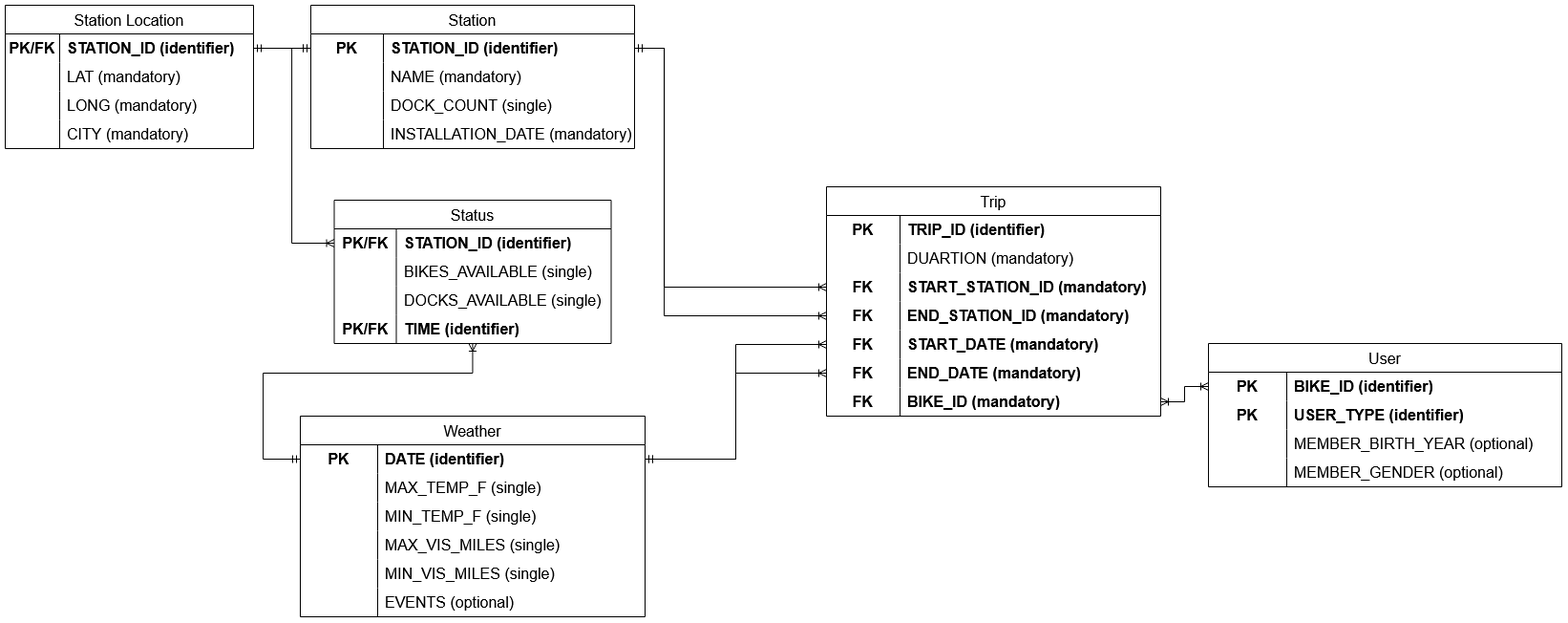
This is finalized er diagram.png from FPU-ThomasM/cop-3701-Public_Transportation_Ridership_Analytics_Database, a draw.io export, as it was before one commit. Source tidied: cells renumbered, new cells last; positions are measured from the earlier drawing's top-left corner, leaving out a move shared by most shapes.
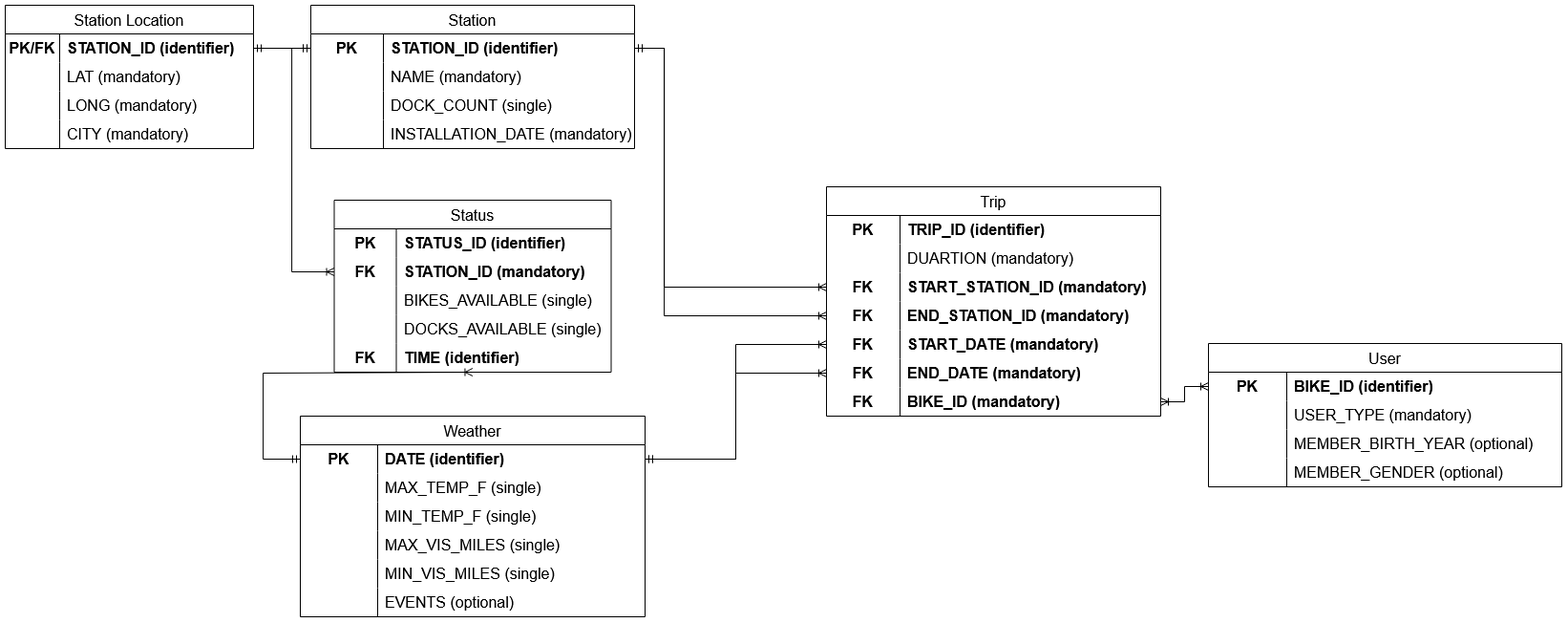
Later version of the same file.

Commit message:
Update finalized er diagram

Each table has only 1 primary key now

What changed in the source:
```diff
@@ -42,19 +42,28 @@
       <mxGeometry x="76" width="263" height="30" as="geometry" />
     </mxCell>
     <mxCell id="15" value="Status" style="shape=table;startSize=30;rowLines=0;fontStyle=0;strokeColor=default;fontSize=16;" parent="1" vertex="1">
-      <mxGeometry x="344.5" y="204" width="290" height="150" as="geometry" />
+      <mxGeometry x="344.5" y="204" width="290" height="180" as="geometry" />
     </mxCell>
+    <mxCell id="103" style="shape=tableRow;horizontal=0;startSize=0;swimlaneHead=0;swimlaneBody=0;top=0;left=0;bottom=0;right=0;fillColor=none;strokeColor=inherit;fontSize=16;fontStyle=1;" parent="15" vertex="1">
+      <mxGeometry y="30" width="290" height="30" as="geometry" />
+    </mxCell>
+    <mxCell id="104" value="PK" style="shape=partialRectangle;html=1;whiteSpace=wrap;fillColor=none;top=0;left=0;bottom=0;right=0;overflow=hidden;strokeColor=inherit;fontSize=16;fontStyle=1;" parent="103" vertex="1">
+      <mxGeometry width="65" height="30" as="geometry" />
+    </mxCell>
+    <mxCell id="105" value="STATUS_ID (identifier)" style="shape=partialRectangle;html=1;whiteSpace=wrap;fillColor=none;top=0;left=0;bottom=0;right=0;align=left;spacingLeft=6;overflow=hidden;strokeColor=inherit;fontSize=16;fontStyle=1;" parent="103" vertex="1">
+      <mxGeometry x="65" width="225" height="30" as="geometry" />
+    </mxCell>
     <mxCell id="16" style="shape=tableRow;horizontal=0;startSize=0;swimlaneHead=0;swimlaneBody=0;top=0;left=0;bottom=0;right=0;fillColor=none;points=[[0,0.5],[1,0.5]];portConstraint=eastwest;strokeColor=inherit;fontSize=16;fontStyle=1;" parent="15" vertex="1">
-      <mxGeometry y="30" width="290" height="30" as="geometry" />
+      <mxGeometry y="60" width="290" height="30" as="geometry" />
     </mxCell>
-    <mxCell id="17" value="PK/FK" style="shape=partialRectangle;html=1;whiteSpace=wrap;fillColor=none;top=0;left=0;bottom=0;right=0;overflow=hidden;strokeColor=inherit;fontSize=16;fontStyle=1;" parent="16" vertex="1">
+    <mxCell id="17" value="FK" style="shape=partialRectangle;html=1;whiteSpace=wrap;fillColor=none;top=0;left=0;bottom=0;right=0;overflow=hidden;strokeColor=inherit;fontSize=16;fontStyle=1;" parent="16" vertex="1">
       <mxGeometry width="65" height="30" as="geometry" />
     </mxCell>
-    <mxCell id="18" value="STATION_ID&amp;nbsp;(identifier)" style="shape=partialRectangle;html=1;whiteSpace=wrap;fillColor=none;top=0;left=0;bottom=0;right=0;align=left;spacingLeft=6;overflow=hidden;strokeColor=inherit;fontSize=16;fontStyle=1;" parent="16" vertex="1">
+    <mxCell id="18" value="STATION_ID&amp;nbsp;(mandatory)" style="shape=partialRectangle;html=1;whiteSpace=wrap;fillColor=none;top=0;left=0;bottom=0;right=0;align=left;spacingLeft=6;overflow=hidden;strokeColor=inherit;fontSize=16;fontStyle=1;" parent="16" vertex="1">
       <mxGeometry x="65" width="225" height="30" as="geometry" />
     </mxCell>
     <mxCell id="19" style="shape=tableRow;horizontal=0;startSize=0;swimlaneHead=0;swimlaneBody=0;top=0;left=0;bottom=0;right=0;fillColor=none;strokeColor=inherit;fontSize=16;" parent="15" vertex="1">
-      <mxGeometry y="60" width="290" height="30" as="geometry" />
+      <mxGeometry y="90" width="290" height="30" as="geometry" />
     </mxCell>
     <mxCell id="20" style="shape=partialRectangle;html=1;whiteSpace=wrap;fillColor=none;top=0;left=0;bottom=0;right=0;overflow=hidden;strokeColor=inherit;fontSize=16;" parent="19" vertex="1">
       <mxGeometry width="65" height="30" as="geometry" />
@@ -63,7 +72,7 @@
       <mxGeometry x="65" width="225" height="30" as="geometry" />
     </mxCell>
     <mxCell id="22" style="shape=tableRow;horizontal=0;startSize=0;swimlaneHead=0;swimlaneBody=0;top=0;left=0;bottom=0;right=0;fillColor=none;strokeColor=inherit;fontSize=16;" parent="15" vertex="1">
-      <mxGeometry y="90" width="290" height="30" as="geometry" />
+      <mxGeometry y="120" width="290" height="30" as="geometry" />
     </mxCell>
     <mxCell id="23" style="shape=partialRectangle;html=1;whiteSpace=wrap;fillColor=none;top=0;left=0;bottom=0;right=0;overflow=hidden;strokeColor=inherit;fontSize=16;" parent="22" vertex="1">
       <mxGeometry width="65" height="30" as="geometry" />
@@ -72,9 +81,9 @@
       <mxGeometry x="65" width="225" height="30" as="geometry" />
     </mxCell>
     <mxCell id="25" style="shape=tableRow;horizontal=0;startSize=0;swimlaneHead=0;swimlaneBody=0;top=0;left=0;bottom=0;right=0;fillColor=none;points=[[0,0.5],[1,0.5]];portConstraint=eastwest;strokeColor=inherit;fontSize=16;" parent="15" vertex="1">
-      <mxGeometry y="120" width="290" height="30" as="geometry" />
+      <mxGeometry y="150" width="290" height="30" as="geometry" />
     </mxCell>
-    <mxCell id="26" value="&lt;b&gt;PK/FK&lt;/b&gt;" style="shape=partialRectangle;html=1;whiteSpace=wrap;fillColor=none;top=0;left=0;bottom=0;right=0;overflow=hidden;strokeColor=inherit;fontSize=16;" parent="25" vertex="1">
+    <mxCell id="26" value="&lt;b&gt;FK&lt;/b&gt;" style="shape=partialRectangle;html=1;whiteSpace=wrap;fillColor=none;top=0;left=0;bottom=0;right=0;overflow=hidden;strokeColor=inherit;fontSize=16;" parent="25" vertex="1">
       <mxGeometry width="65" height="30" as="geometry" />
     </mxCell>
     <mxCell id="27" value="TIME&amp;nbsp;(identifier)" style="shape=partialRectangle;html=1;whiteSpace=wrap;fillColor=none;top=0;left=0;bottom=0;right=0;align=left;spacingLeft=6;overflow=hidden;strokeColor=inherit;fontSize=16;fontStyle=1;" parent="25" vertex="1">
@@ -218,10 +227,10 @@
     <mxCell id="73" style="shape=tableRow;horizontal=0;startSize=0;swimlaneHead=0;swimlaneBody=0;top=0;left=0;bottom=0;right=0;fillColor=none;strokeColor=inherit;fontSize=16;" parent="69" vertex="1">
       <mxGeometry y="60" width="370" height="30" as="geometry" />
     </mxCell>
-    <mxCell id="74" value="PK" style="shape=partialRectangle;html=1;whiteSpace=wrap;fillColor=none;top=0;left=0;bottom=0;right=0;overflow=hidden;strokeColor=inherit;fontSize=16;fontStyle=1;" parent="73" vertex="1">
+    <mxCell id="74" style="shape=partialRectangle;html=1;whiteSpace=wrap;fillColor=none;top=0;left=0;bottom=0;right=0;overflow=hidden;strokeColor=inherit;fontSize=16;fontStyle=1;" parent="73" vertex="1">
       <mxGeometry width="82" height="30" as="geometry" />
     </mxCell>
-    <mxCell id="75" value="USER_TYPE&amp;nbsp;(identifier)" style="shape=partialRectangle;html=1;whiteSpace=wrap;fillColor=none;top=0;left=0;bottom=0;right=0;align=left;spacingLeft=6;overflow=hidden;strokeColor=inherit;fontSize=16;fontStyle=1;" parent="73" vertex="1">
+    <mxCell id="75" value="USER_TYPE&amp;nbsp;(mandatory)" style="shape=partialRectangle;html=1;whiteSpace=wrap;fillColor=none;top=0;left=0;bottom=0;right=0;align=left;spacingLeft=6;overflow=hidden;strokeColor=inherit;fontSize=16;fontStyle=0;" parent="73" vertex="1">
       <mxGeometry x="82" width="288" height="30" as="geometry" />
     </mxCell>
     <mxCell id="76" style="shape=tableRow;horizontal=0;startSize=0;swimlaneHead=0;swimlaneBody=0;top=0;left=0;bottom=0;right=0;fillColor=none;strokeColor=inherit;fontSize=16;" parent="69" vertex="1">
```
